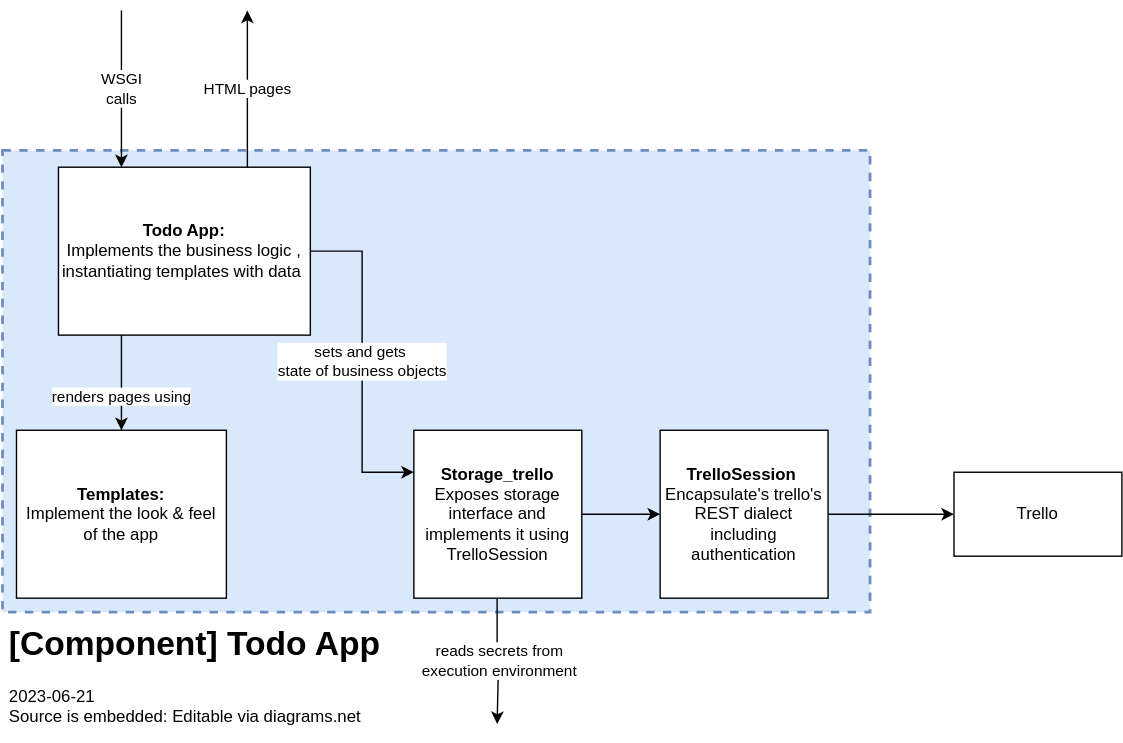
Before: architecture/c4-2.svg, a diagram exported from draw.io (sweavo/devops-course-starter). Source tidied: cells renumbered, new cells last; positions are measured from the earlier drawing's top-left corner, leaving out a move shared by most shapes.
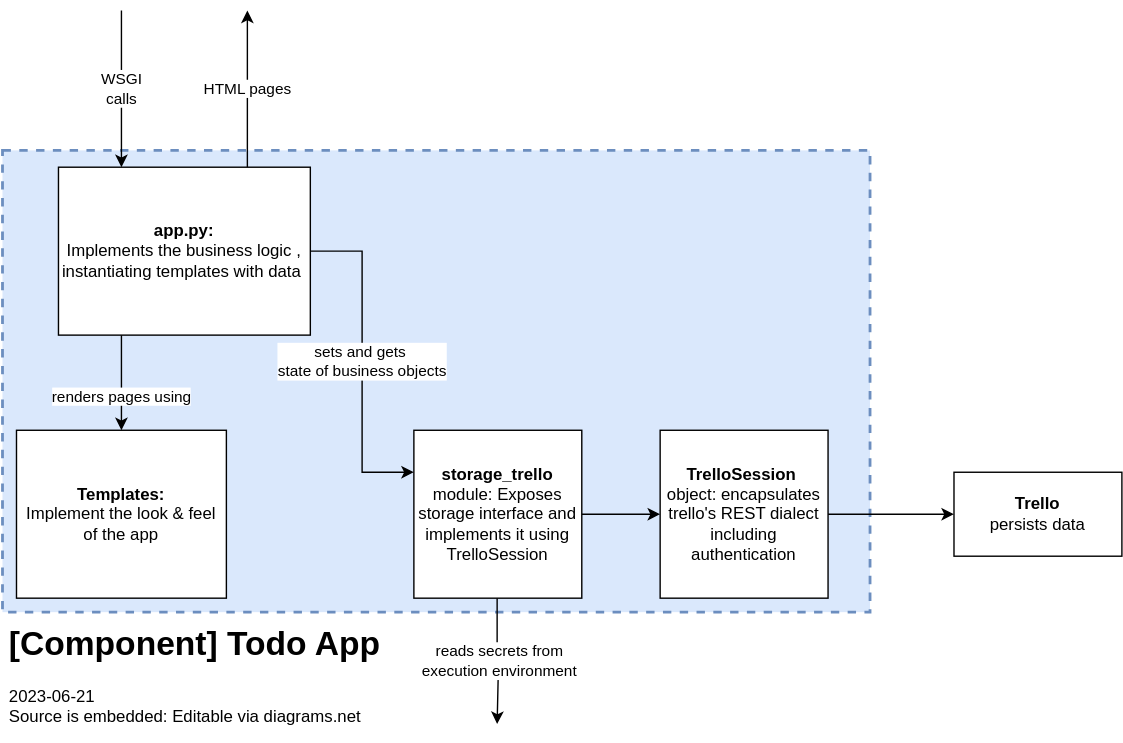
Above is the later version.

Commit message:
improve names

What changed in the source:
```diff
@@ -8,7 +8,7 @@
     <mxCell id="3" value="&lt;h1&gt;[Component] Todo App&lt;/h1&gt;&lt;div&gt;2023-06-21&lt;/div&gt;&lt;div&gt;Source is embedded: Editable via diagrams.net&lt;/div&gt;" style="text;html=1;strokeColor=none;fillColor=none;spacing=5;spacingTop=-20;whiteSpace=wrap;overflow=hidden;rounded=0;" parent="1" vertex="1">
       <mxGeometry y="433" width="280" height="90" as="geometry" />
     </mxCell>
-    <mxCell id="4" value="Trello" style="rounded=0;whiteSpace=wrap;html=1;" parent="1" vertex="1">
+    <mxCell id="4" value="&lt;b&gt;Trello&lt;/b&gt;&lt;br&gt;persists data" style="rounded=0;whiteSpace=wrap;html=1;" parent="1" vertex="1">
       <mxGeometry x="680" y="330" width="120" height="60" as="geometry" />
     </mxCell>
     <mxCell id="5" value="renders pages using" style="edgeStyle=orthogonalEdgeStyle;rounded=0;jettySize=auto;html=1;exitX=0.25;exitY=1;exitDx=0;exitDy=0;" parent="1" edge="1" source="7" target="11">
@@ -17,7 +17,7 @@
     <mxCell id="6" value="sets and gets&amp;nbsp;&lt;br&gt;state of business objects" style="edgeStyle=orthogonalEdgeStyle;rounded=0;jettySize=auto;html=1;entryX=0;entryY=0.25;entryDx=0;entryDy=0;" parent="1" edge="1" source="7" target="10">
       <mxGeometry relative="1" as="geometry" />
     </mxCell>
-    <mxCell id="7" value="&lt;b&gt;Todo App: &lt;/b&gt;&lt;br&gt;Implements the business logic , instantiating templates with data&amp;nbsp;" style="rounded=0;whiteSpace=wrap;html=1;" parent="1" vertex="1">
+    <mxCell id="7" value="&lt;b&gt;app.py: &lt;/b&gt;&lt;br&gt;Implements the business logic , instantiating templates with data&amp;nbsp;" style="rounded=0;whiteSpace=wrap;html=1;" parent="1" vertex="1">
       <mxGeometry x="40" y="112" width="180" height="120" as="geometry" />
     </mxCell>
     <mxCell id="8" style="edgeStyle=orthogonalEdgeStyle;rounded=0;jettySize=auto;html=1;" parent="1" edge="1" source="10" target="15">
@@ -33,7 +33,7 @@
         </Array>
       </mxGeometry>
     </mxCell>
-    <mxCell id="10" value="&lt;b&gt;Storage_trello&lt;br&gt;&lt;/b&gt;Exposes storage interface and implements it using TrelloSession" style="rounded=0;whiteSpace=wrap;html=1;" parent="1" vertex="1">
+    <mxCell id="10" value="&lt;b&gt;storage_trello &lt;/b&gt;module:&amp;nbsp;Exposes storage interface and implements it using TrelloSession" style="rounded=0;whiteSpace=wrap;html=1;" parent="1" vertex="1">
       <mxGeometry x="294" y="300" width="120" height="120" as="geometry" />
     </mxCell>
     <mxCell id="11" value="&lt;b&gt;Templates:&lt;/b&gt;&lt;br&gt;Implement the look &amp;amp; feel of the app" style="rounded=0;whiteSpace=wrap;html=1;" parent="1" vertex="1">
@@ -52,7 +52,7 @@
     <mxCell id="14" style="edgeStyle=orthogonalEdgeStyle;rounded=0;jettySize=auto;html=1;" parent="1" edge="1" source="15" target="4">
       <mxGeometry relative="1" as="geometry" />
     </mxCell>
-    <mxCell id="15" value="&lt;b&gt;TrelloSession&amp;nbsp;&lt;/b&gt;&lt;br&gt;Encapsulate's trello's REST dialect including authentication" style="rounded=0;whiteSpace=wrap;html=1;" parent="1" vertex="1">
+    <mxCell id="15" value="&lt;b&gt;TrelloSession&amp;nbsp;&lt;/b&gt;&lt;br&gt;object: encapsulates trello's REST dialect including authentication" style="rounded=0;whiteSpace=wrap;html=1;" parent="1" vertex="1">
       <mxGeometry x="470" y="300" width="120" height="120" as="geometry" />
     </mxCell>
   </root>
```
